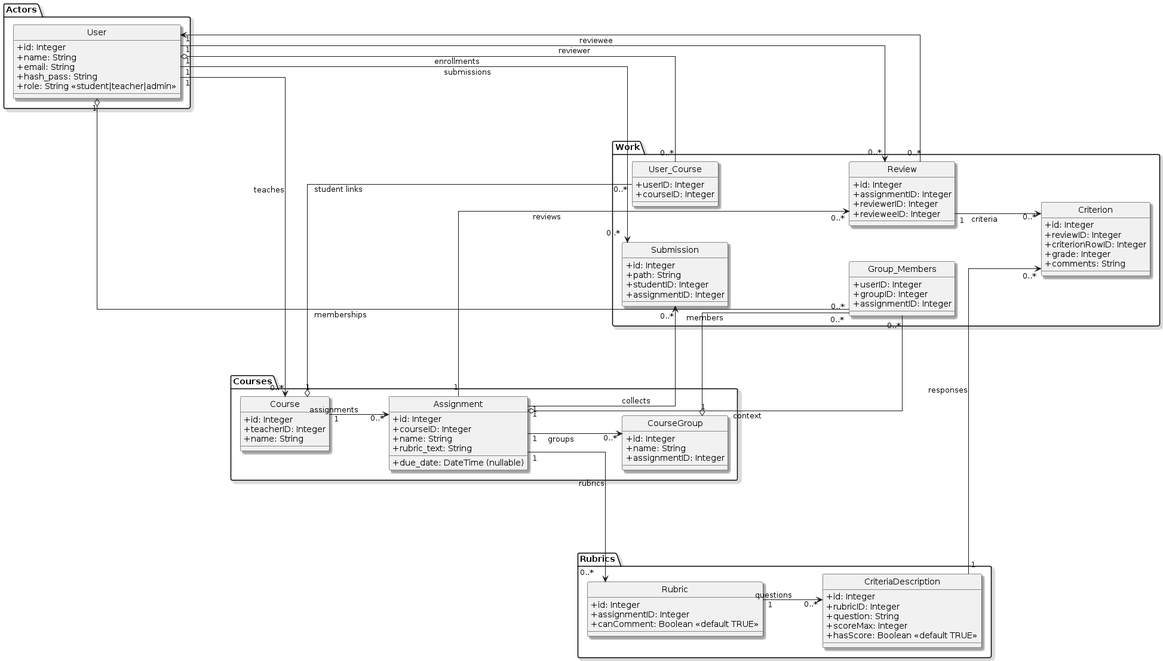
Before: docs/schema/database-schema.png, a diagram exported from PlantUML (Okanagan-College-COSC224-Winter-2026/okanagan-college-cosc224-winter-2026-classroom-50a2b5-the-project-cosc224-peer-evaluation-app).
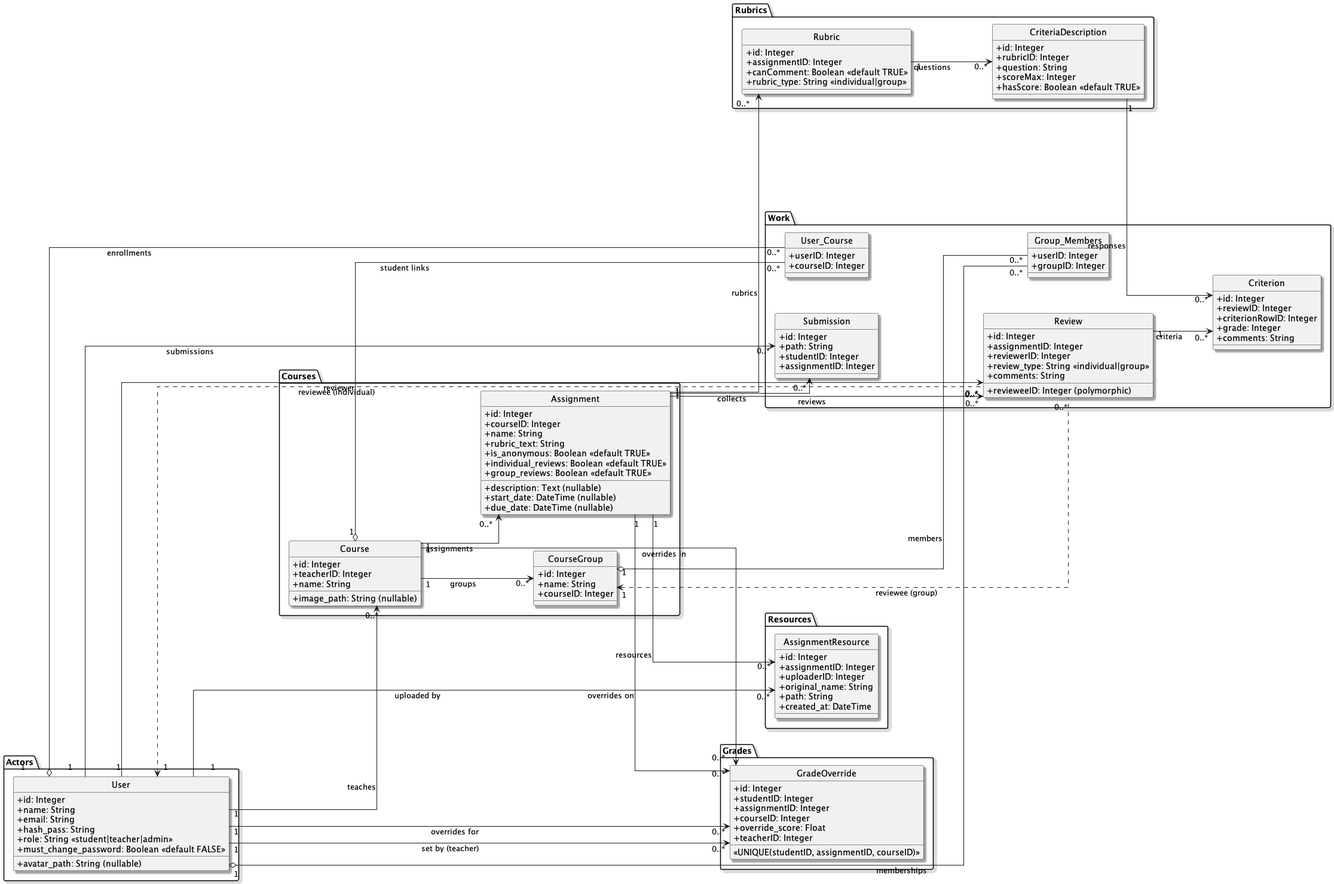
The same file after the commit.

Commit message:
fix: disable review submit without rubric and update schema diagram

Diff of the diagram source:
```diff
@@ -14,6 +14,8 @@
   +email: String
   +hash_pass: String
   +role: String <<student|teacher|admin>>
+  +must_change_password: Boolean <<default FALSE>>
+  +avatar_path: String (nullable)
 }
 }
 
@@ -22,20 +24,26 @@
   +id: Integer
   +teacherID: Integer
   +name: String
+  +image_path: String (nullable)
 }
 
 class Assignment {
   +id: Integer
   +courseID: Integer
   +name: String
+  +description: Text (nullable)
+  +start_date: DateTime (nullable)
   +rubric_text: String
   +due_date: DateTime (nullable)
+  +is_anonymous: Boolean <<default TRUE>>
+  +individual_reviews: Boolean <<default TRUE>>
+  +group_reviews: Boolean <<default TRUE>>
 }
 
 class CourseGroup {
   +id: Integer
   +name: String
-  +assignmentID: Integer
+  +courseID: Integer
 }
 }
 
@@ -50,7 +58,6 @@
 class Group_Members {
   +userID: Integer
   +groupID: Integer
-  +assignmentID: Integer
 }
 
 class User_Course {
@@ -62,7 +69,9 @@
   +id: Integer
   +assignmentID: Integer
   +reviewerID: Integer
-  +revieweeID: Integer
+  +revieweeID: Integer (polymorphic)
+  +review_type: String <<individual|group>>
+  +comments: String
 }
 
 class Criterion {
@@ -79,6 +88,7 @@
   +id: Integer
   +assignmentID: Integer
   +canComment: Boolean <<default TRUE>>
+  +rubric_type: String <<individual|group>>
 }
 
 class CriteriaDescription {
@@ -87,6 +97,29 @@
   +question: String
   +scoreMax: Integer
   +hasScore: Boolean <<default TRUE>>
+}
+}
+
+package "Resources" {
+class AssignmentResource {
+  +id: Integer
+  +assignmentID: Integer
+  +uploaderID: Integer
+  +original_name: String
+  +path: String
+  +created_at: DateTime
+}
+}
+
+package "Grades" {
+class GradeOverride {
+  +id: Integer
+  +studentID: Integer
+  +assignmentID: Integer
+  +courseID: Integer
+  +override_score: Float
+  +teacherID: Integer
+  <<UNIQUE(studentID, assignmentID, courseID)>>
 }
 }
 
@@ -103,22 +136,30 @@
 Course "1" o-- "0..*" User_Course : student links
 
 Course "1" --> "0..*" Assignment : assignments
-Assignment "1" --> "0..*" CourseGroup : groups
+Course "1" --> "0..*" CourseGroup : groups
 
 CourseGroup "1" o-- "0..*" Group_Members : members
 User "1" o-- "0..*" Group_Members : memberships
-Assignment "1" o-- "0..*" Group_Members : context
 
 User "1" --> "0..*" Submission : submissions
 Assignment "1" --> "0..*" Submission : collects
 
 Assignment "1" --> "0..*" Review : reviews
 User "1" --> "0..*" Review : reviewer
-User "1" <-- "0..*" Review : reviewee
+User "1" <.. "0..*" Review : reviewee (individual)
+CourseGroup "1" <.. "0..*" Review : reviewee (group)
 Review "1" --> "0..*" Criterion : criteria
 
 Assignment "1" --> "0..*" Rubric : rubrics
 Rubric "1" --> "0..*" CriteriaDescription : questions
 CriteriaDescription "1" --> "0..*" Criterion : responses
 
+Assignment "1" --> "0..*" AssignmentResource : resources
+User "1" --> "0..*" AssignmentResource : uploaded by
+
+User "1" --> "0..*" GradeOverride : overrides for
+Assignment "1" --> "0..*" GradeOverride : overrides on
+Course "1" --> "0..*" GradeOverride : overrides in
+User "1" --> "0..*" GradeOverride : set by (teacher)
+
 @enduml
```
